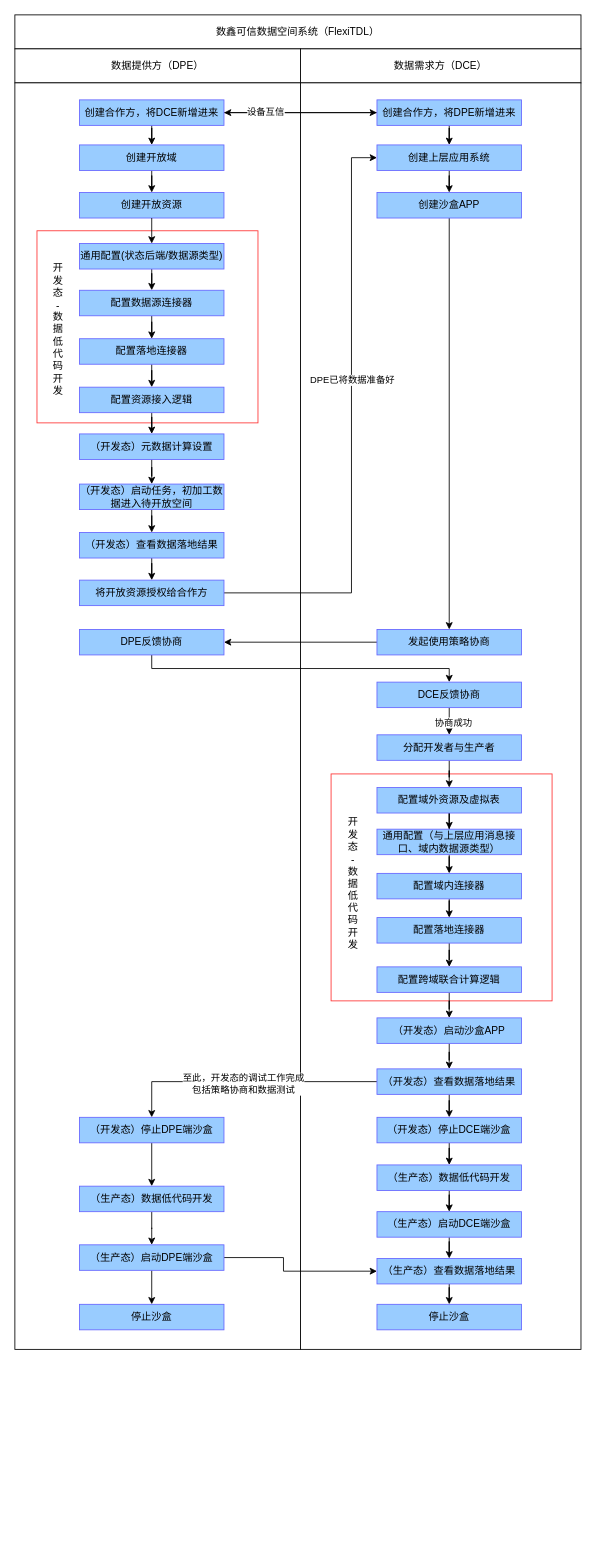
Earlier version of the draw.io diagram page "第 2 页" (2 of 2) of 数鑫流程.drawio (MiracleEgo/pmp). Source tidied: cells renumbered, new cells numbered last; positions are measured from the earlier drawing's top-left corner, leaving out a move shared by most shapes. Both pictures are drawn from the tidied source at 85%, with x=0, y=0 at pixel (14, 14).
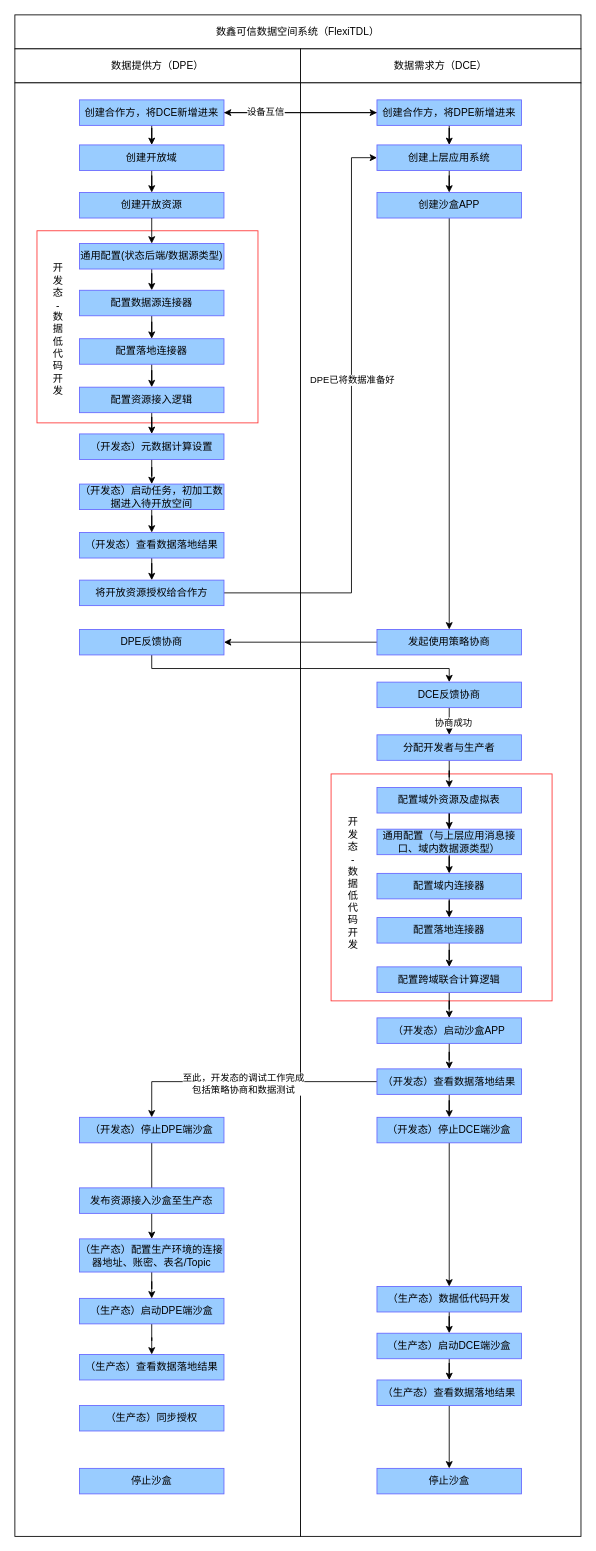
After the change.

Commit message (it also covers changes not shown here):
更新数鑫流程.drawio

The edit, as a diff of the source:
```diff
@@
     <mxCell id="5" style="rounded=0;whiteSpace=wrap;html=1;" parent="1" vertex="1">
-      <mxGeometry y="80" width="336" height="1490" as="geometry" />
+      <mxGeometry y="80" width="336" height="1710" as="geometry" />
     </mxCell>
     <mxCell id="6" style="rounded=0;whiteSpace=wrap;html=1;" parent="1" vertex="1">
-      <mxGeometry x="336" y="80" width="330" height="1490" as="geometry" />
+      <mxGeometry x="336" y="80" width="330" height="1710" as="geometry" />
     </mxCell>
@@
     <mxCell id="28" value="停止沙盒" style="rounded=0;whiteSpace=wrap;html=1;fillColor=#99CCFF;strokeColor=#6666FF;" parent="1" vertex="1">
-      <mxGeometry x="76" y="1517" width="170" height="30" as="geometry" />
+      <mxGeometry x="76" y="1710" width="170" height="30" as="geometry" />
     </mxCell>
     <mxCell id="29" value="停止沙盒" style="rounded=0;whiteSpace=wrap;html=1;fillColor=#99CCFF;strokeColor=#6666FF;" parent="1" vertex="1">
-      <mxGeometry x="426" y="1517" width="170" height="30" as="geometry" />
+      <mxGeometry x="426" y="1710" width="170" height="30" as="geometry" />
     </mxCell>
@@
     <mxCell id="45" value="（生产态）数据低代码开发" style="rounded=0;whiteSpace=wrap;html=1;fillColor=#99CCFF;strokeColor=#6666FF;" parent="1" vertex="1">
-      <mxGeometry x="426" y="1353" width="170" height="30" as="geometry" />
+      <mxGeometry x="426" y="1496" width="170" height="30" as="geometry" />
     </mxCell>
@@
     <mxCell id="47" value="（生产态）启动DCE端沙盒" style="rounded=0;whiteSpace=wrap;html=1;fillColor=#99CCFF;strokeColor=#6666FF;" parent="1" vertex="1">
-      <mxGeometry x="426" y="1408" width="170" height="30" as="geometry" />
+      <mxGeometry x="426" y="1551" width="170" height="30" as="geometry" />
     </mxCell>
@@
     <mxCell id="49" value="（生产态）查看数据落地结果" style="rounded=0;whiteSpace=wrap;html=1;fillColor=#99CCFF;strokeColor=#6666FF;" parent="1" vertex="1">
-      <mxGeometry x="426" y="1463" width="170" height="30" as="geometry" />
+      <mxGeometry x="426" y="1606" width="170" height="30" as="geometry" />
     </mxCell>
@@
-    <mxCell id="53" value="（生产态）数据低代码开发" style="rounded=0;whiteSpace=wrap;html=1;fillColor=#99CCFF;strokeColor=#6666FF;" parent="1" vertex="1">
-      <mxGeometry x="76" y="1378" width="170" height="30" as="geometry" />
+    <mxCell id="53" value="（生产态）配置生产环境的连接器地址、账密、表名/Topic" style="rounded=0;whiteSpace=wrap;html=1;fillColor=#99CCFF;strokeColor=#6666FF;" parent="1" vertex="1">
+      <mxGeometry x="76" y="1440" width="170" height="39" as="geometry" />
     </mxCell>
-    <mxCell id="54" style="edgeStyle=orthogonalEdgeStyle;rounded=0;jettySize=auto;html=1;fillColor=#99CCFF;strokeColor=#000000;" parent="1" edge="1" source="56" target="28">
+    <mxCell id="54" style="edgeStyle=orthogonalEdgeStyle;rounded=0;jettySize=auto;html=1;fillColor=#99CCFF;strokeColor=#000000;entryX=0.5;entryY=0;entryDx=0;entryDy=0;" parent="1" edge="1" source="56" target="86">
       <mxGeometry relative="1" as="geometry" />
     </mxCell>
-    <mxCell id="55" style="edgeStyle=orthogonalEdgeStyle;rounded=0;jettySize=auto;html=1;entryX=0;entryY=0.5;entryDx=0;entryDy=0;fillColor=#99CCFF;strokeColor=#000000;" parent="1" edge="1" source="56" target="49">
-      <mxGeometry relative="1" as="geometry">
-        <Array as="points">
-          <mxPoint x="316" y="1462" />
-          <mxPoint x="316" y="1478" />
-        </Array>
-      </mxGeometry>
-    </mxCell>
     <mxCell id="56" value="（生产态）启动DPE端沙盒" style="rounded=0;whiteSpace=wrap;html=1;fillColor=#99CCFF;strokeColor=#6666FF;" parent="1" vertex="1">
-      <mxGeometry x="76" y="1447" width="170" height="30" as="geometry" />
+      <mxGeometry x="76" y="1510" width="170" height="30" as="geometry" />
     </mxCell>
@@
+    <mxCell id="85" value="发布资源接入沙盒至生产态" style="rounded=0;whiteSpace=wrap;html=1;fillColor=#99CCFF;strokeColor=#6666FF;" parent="1" vertex="1">
+      <mxGeometry x="76" y="1380" width="170" height="30" as="geometry" />
+    </mxCell>
+    <mxCell id="86" value="（生产态）查看数据落地结果" style="rounded=0;whiteSpace=wrap;html=1;fillColor=#99CCFF;strokeColor=#6666FF;" parent="1" vertex="1">
+      <mxGeometry x="76" y="1576" width="170" height="30" as="geometry" />
+    </mxCell>
+    <mxCell id="87" value="（生产态）同步授权" style="rounded=0;whiteSpace=wrap;html=1;fillColor=#99CCFF;strokeColor=#6666FF;" parent="1" vertex="1">
+      <mxGeometry x="76" y="1636" width="170" height="30" as="geometry" />
+    </mxCell>
```
